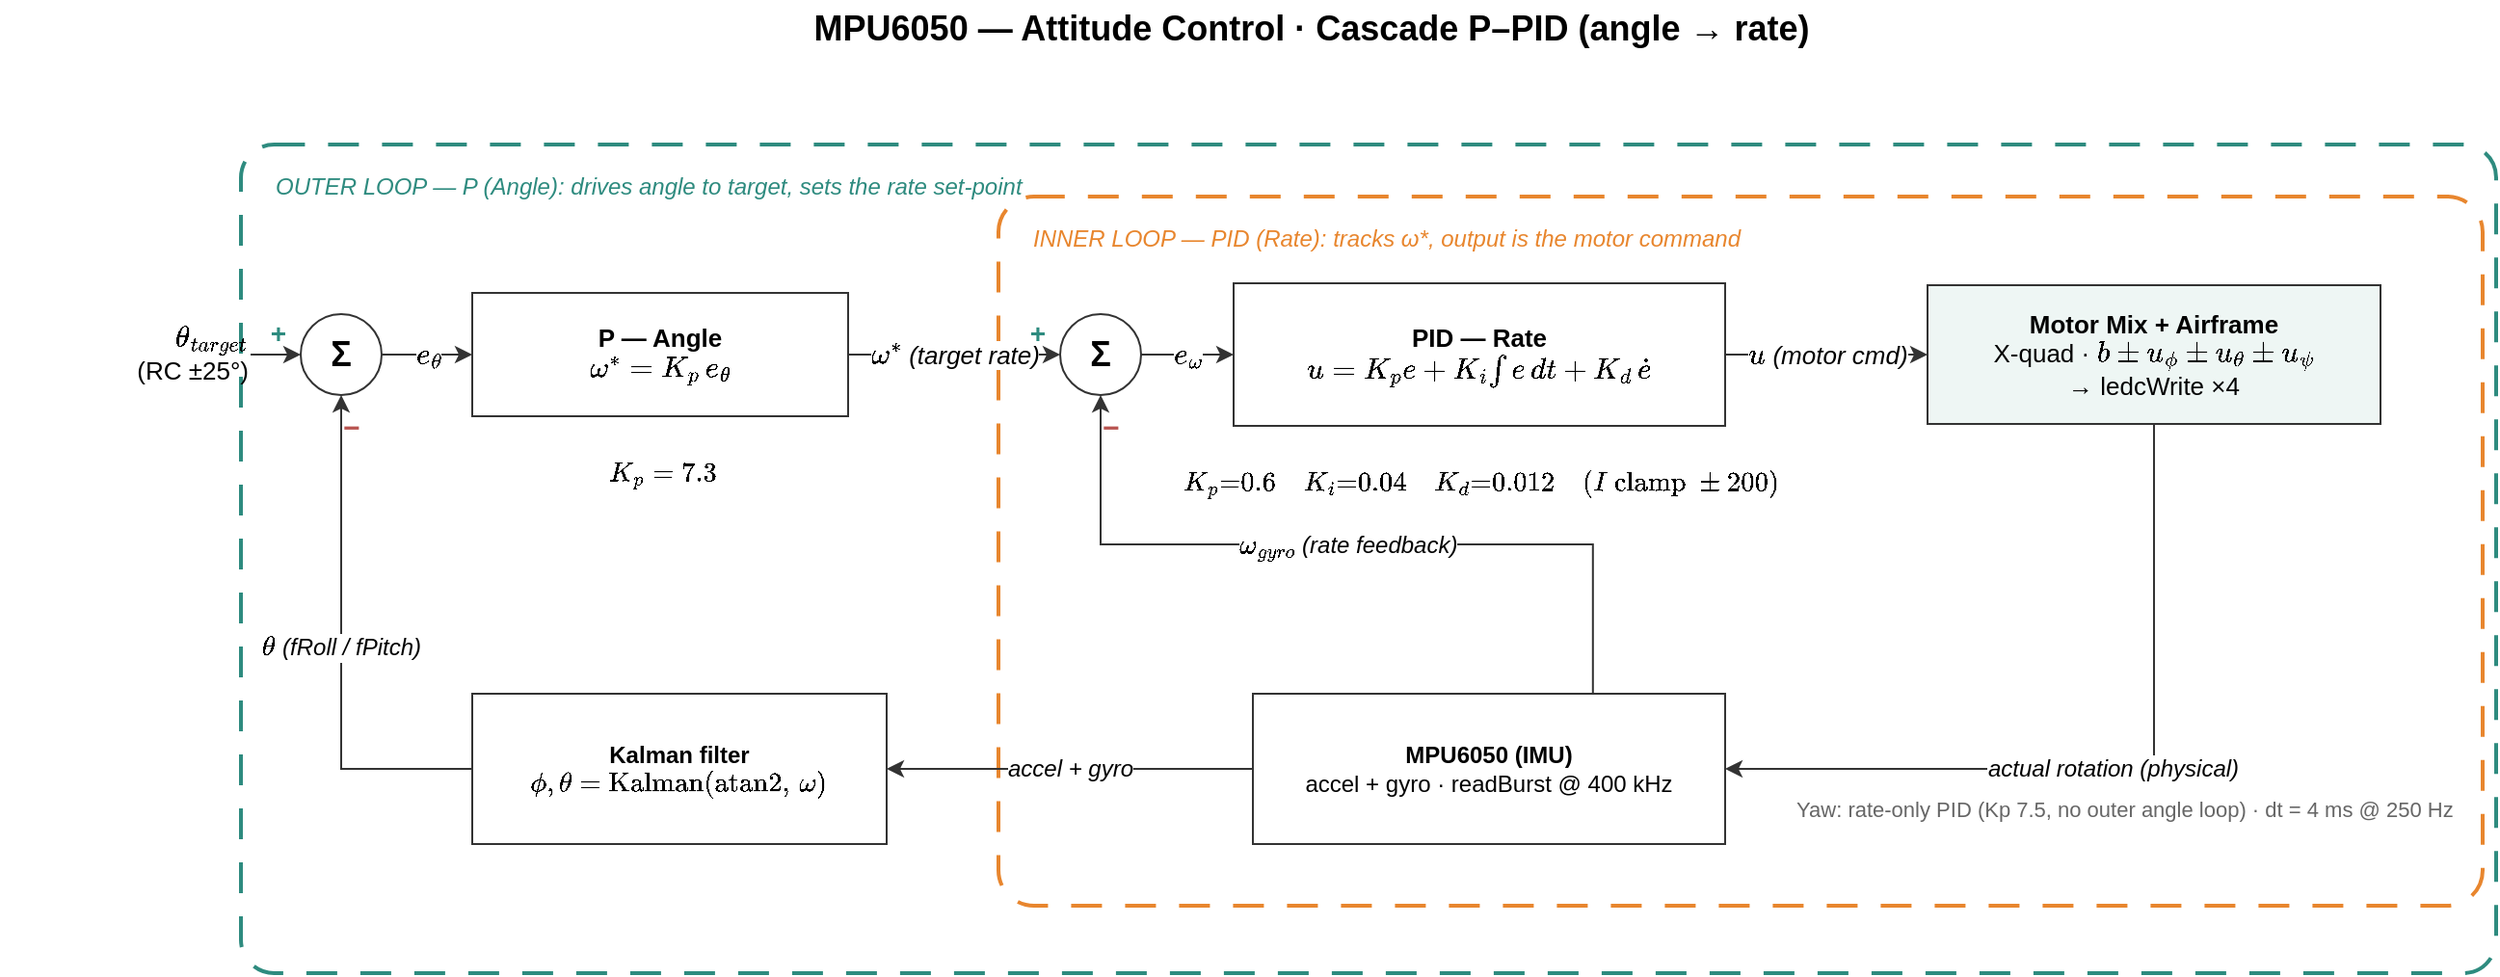
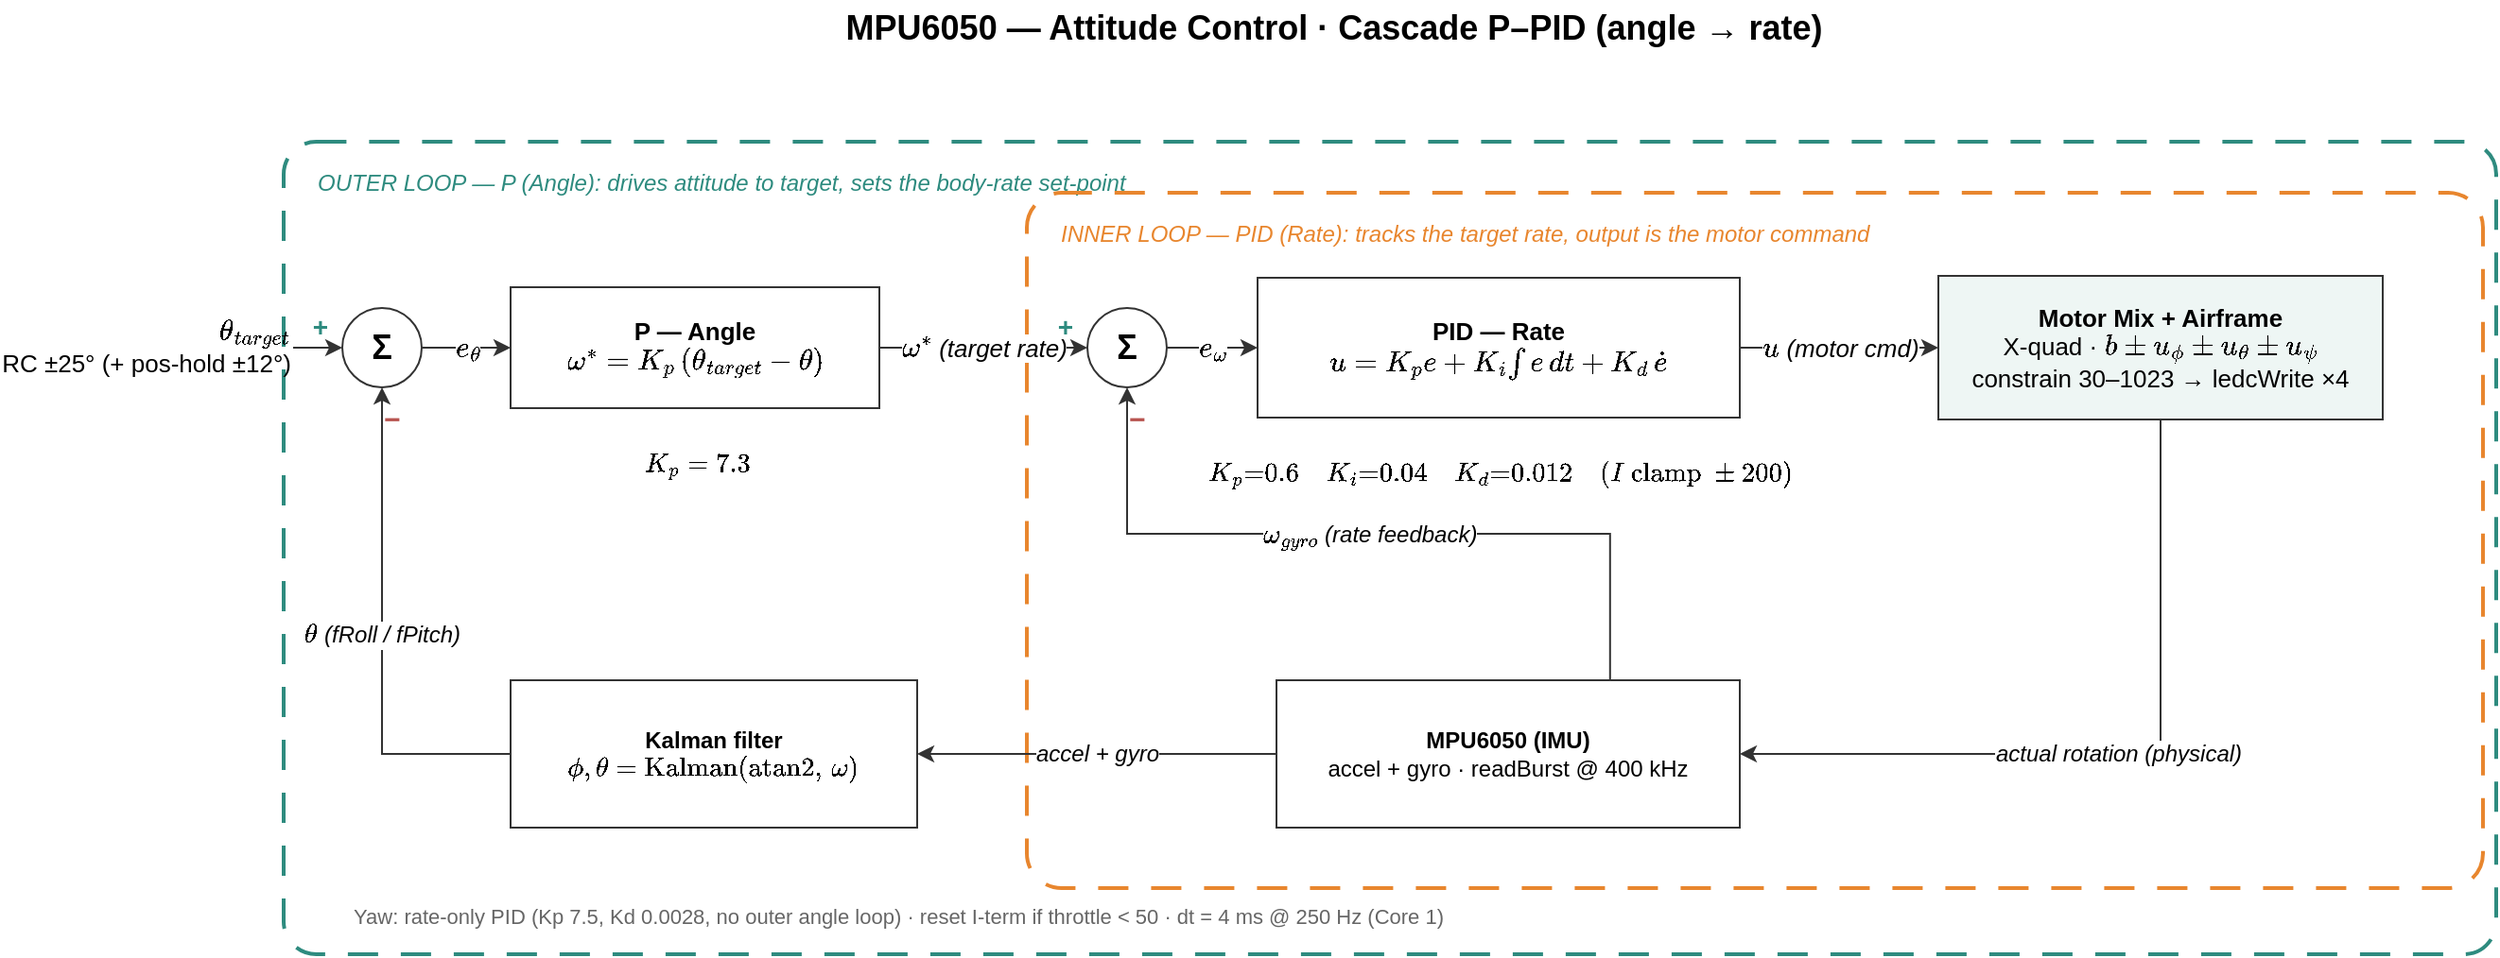
<?xml version="1.0" encoding="UTF-8"?>
<mxfile host="drawio" version="26.0.0">
  <diagram name="MPU6050-Cascade-Control">
    <mxGraphModel dx="1400" dy="820" grid="1" gridSize="10" guides="1" tooltips="1" connect="1" arrows="1" fold="1" page="1" pageScale="1" math="1" shadow="0">
      <root>
        <mxCell id="0" />
        <mxCell id="1" parent="0" />

        <mxCell id="ttl" value="MPU6050 — Attitude Control · Cascade P–PID (angle → rate)" style="text;html=1;align=center;verticalAlign=middle;fontStyle=1;fontSize=18;" vertex="1" parent="1">
          <mxGeometry x="120" y="20" width="1200" height="30" as="geometry" />
        </mxCell>

-         <!-- ===== nested dashed loop boxes (drawn behind) ===== -->
-         <mxCell id="outerBox" value="OUTER LOOP — P (Angle):  drives angle to target, sets the rate set-point" style="rounded=1;arcSize=4;whiteSpace=wrap;html=1;fillColor=none;strokeColor=#2E8B7F;dashed=1;dashPattern=8 6;strokeWidth=2;verticalAlign=top;align=left;spacingLeft=16;spacingTop=8;fontSize=12;fontStyle=2;fontColor=#2E8B7F;" vertex="1" parent="1">
+         <!-- nested dashed loop boxes -->
+         <mxCell id="outerBox" value="OUTER LOOP — P (Angle):  drives attitude to target, sets the body-rate set-point" style="rounded=1;arcSize=4;whiteSpace=wrap;html=1;fillColor=none;strokeColor=#2E8B7F;dashed=1;dashPattern=8 6;strokeWidth=2;verticalAlign=top;align=left;spacingLeft=16;spacingTop=8;fontSize=12;fontStyle=2;fontColor=#2E8B7F;" vertex="1" parent="1">
          <mxGeometry x="165" y="95" width="1170" height="430" as="geometry" />
        </mxCell>
-         <mxCell id="innerBox" value="INNER LOOP — PID (Rate):  tracks ω*, output is the motor command" style="rounded=1;arcSize=5;whiteSpace=wrap;html=1;fillColor=none;strokeColor=#E8862E;dashed=1;dashPattern=8 6;strokeWidth=2;verticalAlign=top;align=left;spacingLeft=16;spacingTop=8;fontSize=12;fontStyle=2;fontColor=#E8862E;" vertex="1" parent="1">
+         <mxCell id="innerBox" value="INNER LOOP — PID (Rate):  tracks the target rate, output is the motor command" style="rounded=1;arcSize=5;whiteSpace=wrap;html=1;fillColor=none;strokeColor=#E8862E;dashed=1;dashPattern=8 6;strokeWidth=2;verticalAlign=top;align=left;spacingLeft=16;spacingTop=8;fontSize=12;fontStyle=2;fontColor=#E8862E;" vertex="1" parent="1">
          <mxGeometry x="558" y="122" width="770" height="368" as="geometry" />
        </mxCell>

-         <!-- ===== setpoint ===== -->
-         <mxCell id="sp" value="\(\theta_{target}\)&#xa;(RC ±25°)" style="text;html=1;align=right;verticalAlign=middle;fontSize=13;" vertex="1" parent="1">
-           <mxGeometry x="40" y="180" width="130" height="48" as="geometry" />
+         <!-- setpoint -->
+         <mxCell id="sp" value="\(\theta_{target}\)&#xa;RC ±25° (+ pos-hold ±12°)" style="text;html=1;align=right;verticalAlign=middle;fontSize=13;" vertex="1" parent="1">
+           <mxGeometry x="20" y="180" width="150" height="48" as="geometry" />
        </mxCell>

-         <!-- ===== Sigma 1 (outer) ===== -->
+         <!-- Sigma 1 -->
        <mxCell id="sum1" value="Σ" style="ellipse;whiteSpace=wrap;html=1;fillColor=#ffffff;strokeColor=#333333;fontSize=18;fontStyle=1;" vertex="1" parent="1">
          <mxGeometry x="196" y="183" width="42" height="42" as="geometry" />
        </mxCell>
-         <mxCell id="sum1p" value="+" style="text;html=1;align=center;fontSize=14;fontStyle=1;fontColor=#2E8B7F;" vertex="1" parent="1">
-           <mxGeometry x="176" y="178" width="16" height="16" as="geometry" />
-         </mxCell>
-         <mxCell id="sum1m" value="−" style="text;html=1;align=center;fontSize=15;fontStyle=1;fontColor=#b85450;" vertex="1" parent="1">
-           <mxGeometry x="214" y="226" width="16" height="16" as="geometry" />
-         </mxCell>
+         <mxCell id="sum1p" value="+" style="text;html=1;align=center;fontSize=14;fontStyle=1;fontColor=#2E8B7F;" vertex="1" parent="1"><mxGeometry x="176" y="178" width="16" height="16" as="geometry" /></mxCell>
+         <mxCell id="sum1m" value="−" style="text;html=1;align=center;fontSize=15;fontStyle=1;fontColor=#b85450;" vertex="1" parent="1"><mxGeometry x="214" y="226" width="16" height="16" as="geometry" /></mxCell>

-         <!-- ===== P - Angle block ===== -->
-         <mxCell id="pAngle" value="&lt;b&gt;P — Angle&lt;/b&gt;&#xa;\(\omega^{*} = K_p\,e_\theta\)" style="rounded=0;whiteSpace=wrap;html=1;fillColor=#ffffff;strokeColor=#333333;fontSize=13;verticalAlign=middle;align=center;" vertex="1" parent="1">
+         <!-- OUTER P block -->
+         <mxCell id="pAngle" value="&lt;b&gt;P — Angle&lt;/b&gt;&#xa;\(\omega^{*} = K_p\,(\theta_{target}-\theta)\)" style="rounded=0;whiteSpace=wrap;html=1;fillColor=#ffffff;strokeColor=#333333;fontSize=13;verticalAlign=middle;align=center;" vertex="1" parent="1">
          <mxGeometry x="285" y="172" width="195" height="64" as="geometry" />
        </mxCell>
        <mxCell id="pAngleK" value="\[K_p = 7.3\]" style="text;html=1;align=center;verticalAlign=top;fontSize=12;" vertex="1" parent="1">
          <mxGeometry x="285" y="240" width="195" height="26" as="geometry" />
        </mxCell>

-         <!-- ===== Sigma 2 (inner) ===== -->
+         <!-- Sigma 2 -->
        <mxCell id="sum2" value="Σ" style="ellipse;whiteSpace=wrap;html=1;fillColor=#ffffff;strokeColor=#333333;fontSize=18;fontStyle=1;" vertex="1" parent="1">
          <mxGeometry x="590" y="183" width="42" height="42" as="geometry" />
        </mxCell>
-         <mxCell id="sum2p" value="+" style="text;html=1;align=center;fontSize=14;fontStyle=1;fontColor=#2E8B7F;" vertex="1" parent="1">
-           <mxGeometry x="570" y="178" width="16" height="16" as="geometry" />
-         </mxCell>
-         <mxCell id="sum2m" value="−" style="text;html=1;align=center;fontSize=15;fontStyle=1;fontColor=#b85450;" vertex="1" parent="1">
-           <mxGeometry x="608" y="226" width="16" height="16" as="geometry" />
-         </mxCell>
+         <mxCell id="sum2p" value="+" style="text;html=1;align=center;fontSize=14;fontStyle=1;fontColor=#2E8B7F;" vertex="1" parent="1"><mxGeometry x="570" y="178" width="16" height="16" as="geometry" /></mxCell>
+         <mxCell id="sum2m" value="−" style="text;html=1;align=center;fontSize=15;fontStyle=1;fontColor=#b85450;" vertex="1" parent="1"><mxGeometry x="608" y="226" width="16" height="16" as="geometry" /></mxCell>

-         <!-- ===== PID - Rate block ===== -->
+         <!-- INNER PID block -->
        <mxCell id="pidRate" value="&lt;b&gt;PID — Rate&lt;/b&gt;&#xa;\(u = K_p e + K_i\!\int e\,dt + K_d\,\dot e\)" style="rounded=0;whiteSpace=wrap;html=1;fillColor=#ffffff;strokeColor=#333333;fontSize=13;verticalAlign=middle;align=center;" vertex="1" parent="1">
          <mxGeometry x="680" y="167" width="255" height="74" as="geometry" />
        </mxCell>
        <mxCell id="pidRateK" value="\[K_p{=}0.6 \quad K_i{=}0.04 \quad K_d{=}0.012\quad(I\ \text{clamp}\ \pm200)\]" style="text;html=1;align=center;verticalAlign=top;fontSize=12;" vertex="1" parent="1">
          <mxGeometry x="640" y="245" width="336" height="28" as="geometry" />
        </mxCell>

-         <!-- ===== Plant ===== -->
-         <mxCell id="plant" value="&lt;b&gt;Motor Mix + Airframe&lt;/b&gt;&#xa;X-quad · \(b \pm u_\phi \pm u_\theta \pm u_\psi\)&#xa;→ ledcWrite ×4" style="rounded=0;whiteSpace=wrap;html=1;fillColor=#eef6f4;strokeColor=#333333;fontSize=13;verticalAlign=middle;align=center;" vertex="1" parent="1">
-           <mxGeometry x="1040" y="168" width="235" height="72" as="geometry" />
+         <!-- Plant -->
+         <mxCell id="plant" value="&lt;b&gt;Motor Mix + Airframe&lt;/b&gt;&#xa;X-quad · \(b \pm u_\phi \pm u_\theta \pm u_\psi\)&#xa;constrain 30–1023 → ledcWrite ×4" style="rounded=0;whiteSpace=wrap;html=1;fillColor=#eef6f4;strokeColor=#333333;fontSize=13;verticalAlign=middle;align=center;" vertex="1" parent="1">
+           <mxGeometry x="1040" y="166" width="235" height="76" as="geometry" />
        </mxCell>

-         <!-- ===== feedback: MPU6050 + Kalman ===== -->
+         <!-- feedback: MPU6050 + Kalman -->
        <mxCell id="imu" value="&lt;b&gt;MPU6050 (IMU)&lt;/b&gt;&#xa;accel + gyro · readBurst @ 400 kHz" style="rounded=0;whiteSpace=wrap;html=1;fillColor=#ffffff;strokeColor=#333333;fontSize=12;verticalAlign=middle;align=center;" vertex="1" parent="1">
          <mxGeometry x="690" y="380" width="245" height="78" as="geometry" />
        </mxCell>
        <mxCell id="kalman" value="&lt;b&gt;Kalman filter&lt;/b&gt;&#xa;\(\phi,\theta = \mathrm{Kalman}(\text{atan2},\,\omega)\)" style="rounded=0;whiteSpace=wrap;html=1;fillColor=#ffffff;strokeColor=#333333;fontSize=12;verticalAlign=middle;align=center;" vertex="1" parent="1">
          <mxGeometry x="285" y="380" width="215" height="78" as="geometry" />
        </mxCell>

-         <mxCell id="yawNote" value="Yaw: rate-only PID (Kp 7.5, no outer angle loop) · dt = 4 ms @ 250 Hz" style="text;html=1;align=left;verticalAlign=middle;fontSize=11;fontColor=#666666;" vertex="1" parent="1">
-           <mxGeometry x="970" y="420" width="345" height="40" as="geometry" />
+         <mxCell id="note" value="Yaw: rate-only PID (Kp 7.5, Kd 0.0028, no outer angle loop) · reset I-term if throttle &lt; 50 · dt = 4 ms @ 250 Hz (Core 1)" style="text;html=1;align=left;verticalAlign=middle;fontSize=11;fontColor=#666666;" vertex="1" parent="1">
+           <mxGeometry x="200" y="490" width="1130" height="30" as="geometry" />
        </mxCell>

-         <!-- ===== forward-path edges ===== -->
+         <!-- forward-path edges -->
        <mxCell id="e_sp" style="html=1;endArrow=classic;strokeColor=#333333;rounded=0;exitX=1;exitY=0.5;exitDx=0;exitDy=0;entryX=0;entryY=0.5;entryDx=0;entryDy=0;" edge="1" parent="1" source="sp" target="sum1"><mxGeometry relative="1" as="geometry" /></mxCell>
        <mxCell id="e1" value="\(e_\theta\)" style="html=1;fontSize=13;fontStyle=2;labelBackgroundColor=#ffffff;endArrow=classic;strokeColor=#333333;rounded=0;exitX=1;exitY=0.5;exitDx=0;exitDy=0;entryX=0;entryY=0.5;entryDx=0;entryDy=0;" edge="1" parent="1" source="sum1" target="pAngle"><mxGeometry relative="1" as="geometry" /></mxCell>
        <mxCell id="e2" value="\(\omega^{*}\) (target rate)" style="html=1;fontSize=13;fontStyle=2;labelBackgroundColor=#ffffff;endArrow=classic;strokeColor=#333333;rounded=0;exitX=1;exitY=0.5;exitDx=0;exitDy=0;entryX=0;entryY=0.5;entryDx=0;entryDy=0;" edge="1" parent="1" source="pAngle" target="sum2"><mxGeometry relative="1" as="geometry" /></mxCell>
        <mxCell id="e3" value="\(e_\omega\)" style="html=1;fontSize=13;fontStyle=2;labelBackgroundColor=#ffffff;endArrow=classic;strokeColor=#333333;rounded=0;exitX=1;exitY=0.5;exitDx=0;exitDy=0;entryX=0;entryY=0.5;entryDx=0;entryDy=0;" edge="1" parent="1" source="sum2" target="pidRate"><mxGeometry relative="1" as="geometry" /></mxCell>
        <mxCell id="e4" value="\(u\) (motor cmd)" style="html=1;fontSize=13;fontStyle=2;labelBackgroundColor=#ffffff;endArrow=classic;strokeColor=#333333;rounded=0;exitX=1;exitY=0.5;exitDx=0;exitDy=0;entryX=0;entryY=0.5;entryDx=0;entryDy=0;" edge="1" parent="1" source="pidRate" target="plant"><mxGeometry relative="1" as="geometry" /></mxCell>

-         <!-- ===== feedback-path edges ===== -->
+         <!-- feedback-path edges -->
        <mxCell id="fb_plant" value="actual rotation (physical)" style="edgeStyle=orthogonalEdgeStyle;html=1;fontSize=12;fontStyle=2;labelBackgroundColor=#ffffff;endArrow=classic;strokeColor=#333333;rounded=0;exitX=0.5;exitY=1;exitDx=0;exitDy=0;entryX=1;entryY=0.5;entryDx=0;entryDy=0;" edge="1" parent="1" source="plant" target="imu"><mxGeometry relative="1" as="geometry" /></mxCell>
        <mxCell id="fb_rate" value="\(\omega_{gyro}\) (rate feedback)" style="edgeStyle=orthogonalEdgeStyle;html=1;fontSize=12;fontStyle=2;labelBackgroundColor=#ffffff;endArrow=classic;strokeColor=#333333;rounded=0;exitX=0.72;exitY=0;exitDx=0;exitDy=0;entryX=0.5;entryY=1;entryDx=0;entryDy=0;" edge="1" parent="1" source="imu" target="sum2"><mxGeometry relative="1" as="geometry" /></mxCell>
        <mxCell id="fb_kal" value="accel + gyro" style="html=1;fontSize=12;fontStyle=2;labelBackgroundColor=#ffffff;endArrow=classic;strokeColor=#333333;rounded=0;exitX=0;exitY=0.5;exitDx=0;exitDy=0;entryX=1;entryY=0.5;entryDx=0;entryDy=0;" edge="1" parent="1" source="imu" target="kalman"><mxGeometry relative="1" as="geometry" /></mxCell>
        <mxCell id="fb_angle" value="\(\theta\) (fRoll / fPitch)" style="edgeStyle=orthogonalEdgeStyle;html=1;fontSize=12;fontStyle=2;labelBackgroundColor=#ffffff;endArrow=classic;strokeColor=#333333;rounded=0;exitX=0;exitY=0.5;exitDx=0;exitDy=0;entryX=0.5;entryY=1;entryDx=0;entryDy=0;" edge="1" parent="1" source="kalman" target="sum1"><mxGeometry relative="1" as="geometry" /></mxCell>

      </root>
    </mxGraphModel>
  </diagram>
</mxfile>
